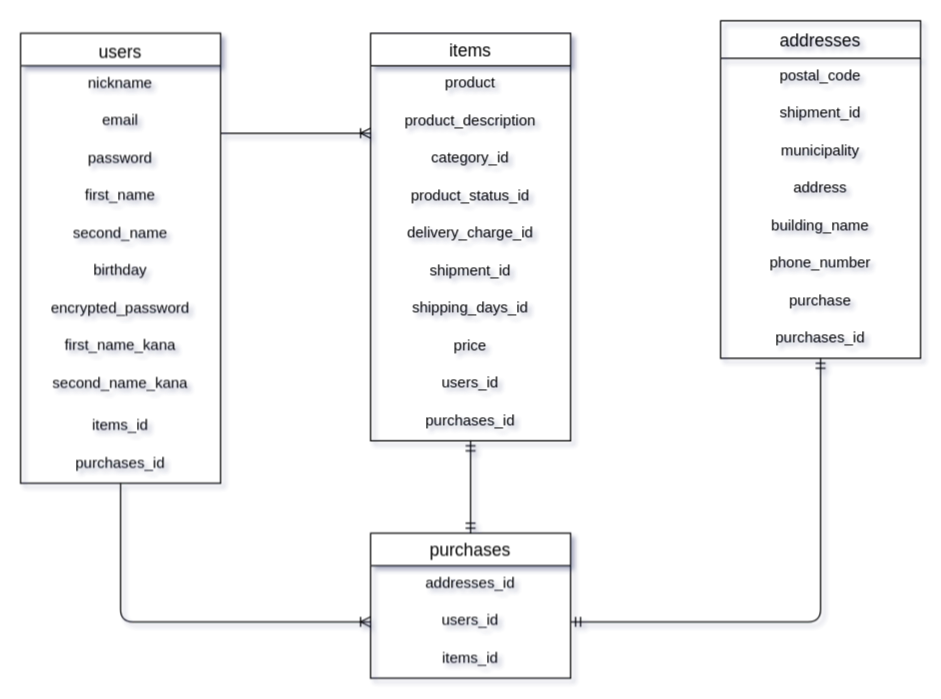
Earlier version of the draw.io diagram config/ER .dio (koma-sig/furima-35434). Source tidied: cells renumbered, new cells numbered last; positions are measured from the earlier drawing's top-left corner, leaving out a move shared by most shapes. Both pictures are drawn from the tidied source at 125%, with x=0, y=0 at pixel (20, 20).
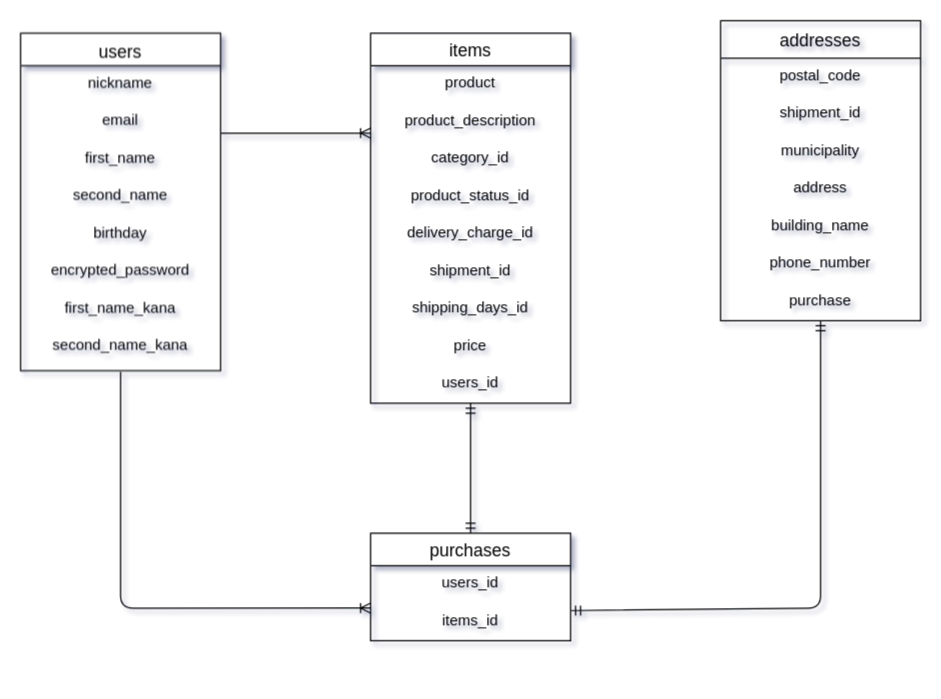
Above is the later version.

The change refers to these unchanged cells:
```xml
<mxCell id="23" value="users_id" style="text;spacingLeft=4;spacingRight=4;overflow=hidden;points=[[0,0.5],[1,0.5]];portConstraint=eastwest;fontSize=12;align=center;" parent="14" vertex="1">
  <mxGeometry y="266" width="160" height="30" as="geometry" />
</mxCell>
<mxCell id="33" value="purchase" style="text;strokeColor=none;fillColor=none;spacingLeft=4;spacingRight=4;overflow=hidden;points=[[0,0.5],[1,0.5]];portConstraint=eastwest;fontSize=12;align=center;" parent="26" vertex="1">
  <mxGeometry y="210" width="160" height="30" as="geometry" />
</mxCell>
```

The edit, as a diff of the source:
```diff
@@
     <mxCell id="2" value="users&#10;" style="swimlane;fontStyle=0;horizontal=1;startSize=26;align=center;fontSize=14;verticalAlign=top;" parent="1" vertex="1">
-      <mxGeometry y="10" width="160" height="360" as="geometry" />
+      <mxGeometry y="10" width="160" height="270" as="geometry" />
     </mxCell>
@@
-    <mxCell id="5" value="password" style="text;fillColor=none;spacingLeft=4;spacingRight=4;overflow=hidden;fontSize=12;align=center;" parent="2" vertex="1">
-      <mxGeometry y="86" width="160" height="30" as="geometry" />
-    </mxCell>
     <mxCell id="6" value="first_name" style="text;strokeColor=none;fillColor=none;spacingLeft=4;spacingRight=4;overflow=hidden;fontSize=12;align=center;" parent="2" vertex="1">
-      <mxGeometry y="116" width="160" height="30" as="geometry" />
+      <mxGeometry y="86" width="160" height="30" as="geometry" />
     </mxCell>
     <mxCell id="7" value="second_name" style="text;fillColor=none;spacingLeft=4;spacingRight=4;overflow=hidden;fontSize=12;align=center;" parent="2" vertex="1">
-      <mxGeometry y="146" width="160" height="30" as="geometry" />
+      <mxGeometry y="116" width="160" height="30" as="geometry" />
     </mxCell>
     <mxCell id="8" value="birthday" style="text;strokeColor=none;fillColor=none;spacingLeft=4;spacingRight=4;overflow=hidden;fontSize=12;align=center;" parent="2" vertex="1">
-      <mxGeometry y="176" width="160" height="30" as="geometry" />
+      <mxGeometry y="146" width="160" height="30" as="geometry" />
     </mxCell>
     <mxCell id="9" value="encrypted_password" style="text;strokeColor=none;fillColor=none;spacingLeft=4;spacingRight=4;overflow=hidden;fontSize=12;align=center;" parent="2" vertex="1">
-      <mxGeometry y="206" width="160" height="30" as="geometry" />
+      <mxGeometry y="176" width="160" height="30" as="geometry" />
     </mxCell>
     <mxCell id="10" value="first_name_kana" style="text;strokeColor=none;fillColor=none;spacingLeft=4;spacingRight=4;overflow=hidden;fontSize=12;align=center;" parent="2" vertex="1">
-      <mxGeometry y="236" width="160" height="30" as="geometry" />
+      <mxGeometry y="206" width="160" height="30" as="geometry" />
     </mxCell>
     <mxCell id="11" value="second_name_kana" style="text;strokeColor=none;fillColor=none;spacingLeft=4;spacingRight=4;overflow=hidden;points=[[0,0.5],[1,0.5]];portConstraint=eastwest;fontSize=12;align=center;" parent="2" vertex="1">
-      <mxGeometry y="266" width="160" height="34" as="geometry" />
+      <mxGeometry y="236" width="160" height="34" as="geometry" />
     </mxCell>
-    <mxCell id="12" value="items_id" style="text;strokeColor=none;fillColor=none;spacingLeft=4;spacingRight=4;overflow=hidden;fontSize=12;align=center;" parent="2" vertex="1">
-      <mxGeometry y="300" width="160" height="30" as="geometry" />
-    </mxCell>
-    <mxCell id="13" value="purchases_id" style="text;strokeColor=none;fillColor=none;spacingLeft=4;spacingRight=4;overflow=hidden;points=[[0,0.5],[1,0.5]];portConstraint=eastwest;fontSize=12;align=center;" parent="2" vertex="1">
-      <mxGeometry y="330" width="160" height="30" as="geometry" />
-    </mxCell>
     <mxCell id="14" value="items" style="swimlane;fontStyle=0;horizontal=1;startSize=26;align=center;fontSize=14;direction=east;" parent="1" vertex="1">
-      <mxGeometry x="280" y="10" width="160" height="326" as="geometry" />
+      <mxGeometry x="280" y="10" width="160" height="296" as="geometry" />
     </mxCell>
@@
-    <mxCell id="24" value="purchases_id" style="text;spacingLeft=4;spacingRight=4;overflow=hidden;points=[[0,0.5],[1,0.5]];portConstraint=eastwest;fontSize=12;align=center;" parent="14" vertex="1">
-      <mxGeometry y="296" width="160" height="30" as="geometry" />
-    </mxCell>
@@
     <mxCell id="26" value="addresses" style="swimlane;fontStyle=0;horizontal=1;startSize=30;align=center;fontSize=14;swimlaneFillColor=none;fillColor=none;" parent="1" vertex="1">
-      <mxGeometry x="560" width="160" height="270" as="geometry" />
+      <mxGeometry x="560" width="160" height="240" as="geometry" />
     </mxCell>
@@
-    <mxCell id="34" value="purchases_id" style="text;strokeColor=none;fillColor=none;spacingLeft=4;spacingRight=4;overflow=hidden;points=[[0,0.5],[1,0.5]];portConstraint=eastwest;fontSize=12;align=center;" parent="26" vertex="1">
-      <mxGeometry y="240" width="160" height="30" as="geometry" />
-    </mxCell>
     <mxCell id="35" value="purchases" style="swimlane;fontStyle=0;horizontal=1;startSize=26;align=center;fontSize=14;" parent="1" vertex="1">
-      <mxGeometry x="280" y="410" width="160" height="116" as="geometry" />
+      <mxGeometry x="280" y="410" width="160" height="86" as="geometry" />
     </mxCell>
-    <mxCell id="36" value="addresses_id" style="text;strokeColor=none;fillColor=none;spacingLeft=4;spacingRight=4;overflow=hidden;fontSize=12;align=center;" parent="35" vertex="1">
-      <mxGeometry y="26" width="160" height="30" as="geometry" />
-    </mxCell>
     <mxCell id="37" value="users_id" style="text;strokeColor=none;fillColor=none;spacingLeft=4;spacingRight=4;overflow=hidden;points=[[0,0.5],[1,0.5]];portConstraint=eastwest;fontSize=12;align=center;" parent="35" vertex="1">
-      <mxGeometry y="56" width="160" height="30" as="geometry" />
+      <mxGeometry y="26" width="160" height="30" as="geometry" />
     </mxCell>
     <mxCell id="38" value="items_id" style="text;strokeColor=none;fillColor=none;spacingLeft=4;spacingRight=4;overflow=hidden;points=[[0,0.5],[1,0.5]];portConstraint=eastwest;fontSize=12;align=center;" parent="35" vertex="1">
-      <mxGeometry y="86" width="160" height="30" as="geometry" />
+      <mxGeometry y="56" width="160" height="30" as="geometry" />
     </mxCell>
-    <mxCell id="39" style="fontSize=12;html=1;endArrow=ERoneToMany;exitX=0.5;exitY=1;exitDx=0;exitDy=0;exitPerimeter=0;entryX=0;entryY=0.5;entryDx=0;entryDy=0;" parent="1" edge="1" source="13" target="37">
+    <mxCell id="39" style="fontSize=12;html=1;endArrow=ERoneToMany;entryX=0;entryY=0.133;entryDx=0;entryDy=0;exitX=0.5;exitY=1.029;exitDx=0;exitDy=0;exitPerimeter=0;entryPerimeter=0;" parent="1" edge="1" source="11" target="38">
       <mxGeometry relative="1" as="geometry">
         <Array as="points">
-          <mxPoint x="80" y="481" />
+          <mxPoint x="80" y="470" />
         </Array>
       </mxGeometry>
     </mxCell>
-    <mxCell id="40" style="fontSize=12;html=1;endArrow=ERmandOne;startArrow=ERmandOne;exitX=0.5;exitY=0;exitDx=0;exitDy=0;entryX=0.5;entryY=1;entryDx=0;entryDy=0;entryPerimeter=0;" parent="1" edge="1" source="35" target="24">
+    <mxCell id="40" style="fontSize=12;html=1;endArrow=ERmandOne;startArrow=ERmandOne;exitX=0.5;exitY=0;exitDx=0;exitDy=0;entryX=0.5;entryY=1;entryDx=0;entryDy=0;entryPerimeter=0;" parent="1" edge="1" source="35" target="23">
       <mxGeometry relative="1" as="geometry" />
     </mxCell>
-    <mxCell id="41" style="fontSize=12;html=1;endArrow=ERmandOne;startArrow=ERmandOne;exitX=1;exitY=0.5;exitDx=0;exitDy=0;entryX=0.5;entryY=1;entryDx=0;entryDy=0;entryPerimeter=0;" parent="1" edge="1" source="37" target="34">
+    <mxCell id="41" style="fontSize=12;html=1;endArrow=ERmandOne;startArrow=ERmandOne;exitX=1;exitY=0.2;exitDx=0;exitDy=0;entryX=0.5;entryY=1;entryDx=0;entryDy=0;entryPerimeter=0;exitPerimeter=0;" parent="1" edge="1" source="38" target="33">
       <mxGeometry relative="1" as="geometry">
         <Array as="points">
-          <mxPoint x="640" y="481" />
+          <mxPoint x="640" y="470" />
         </Array>
       </mxGeometry>
     </mxCell>
```
